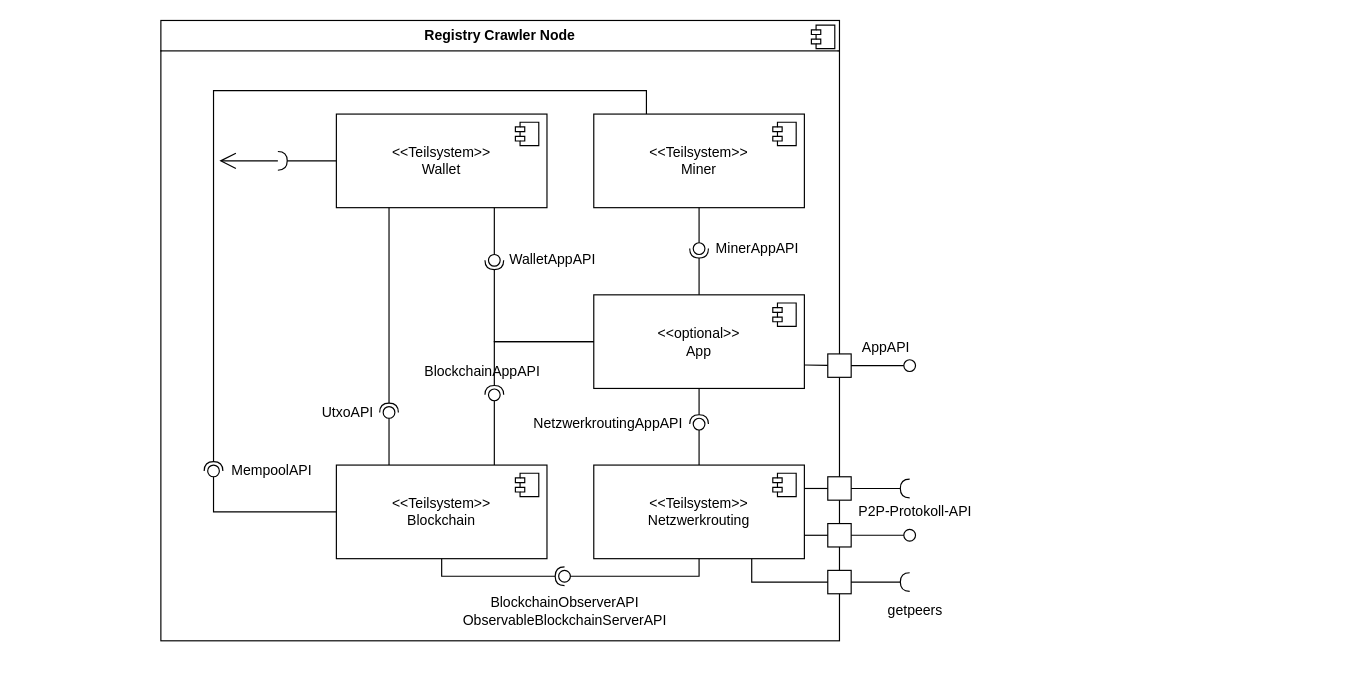
This is docs/arc42/arc42-MinerNetwork/images/Layer 2_2.drawio from bjoern621/VSP-Blockchain, a draw.io file, before an edit. Source tidied: cells renumbered, new cells numbered last; positions are measured from the earlier drawing's top-left corner, leaving out a move shared by most shapes. Both pictures are drawn from the tidied source at 117%, with x=0, y=0 at pixel (20, 20).
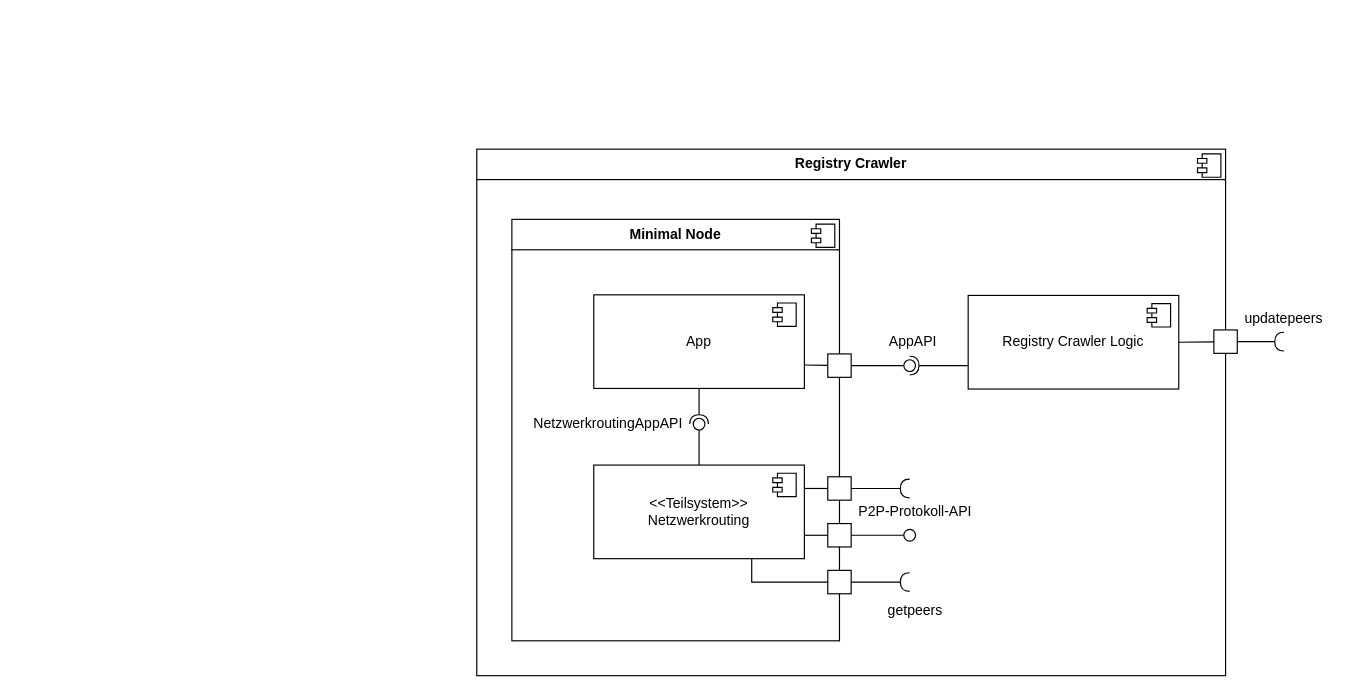
The same page after the edit.

Unchanged cells that the change refers to:
```xml
<mxCell id="6" value="&lt;div&gt;&amp;lt;&amp;lt;Teilsystem&amp;gt;&amp;gt;&lt;/div&gt;Netzwerkrouting" style="html=1;whiteSpace=wrap;" parent="1" vertex="1">
  <mxGeometry x="490" y="380" width="180" height="80" as="geometry" />
</mxCell>
```

What changed in the source:
```diff
@@
+    <mxCell id="62" value="&lt;p style=&quot;margin:0px;margin-top:6px;text-align:center;&quot;&gt;&lt;b&gt;Registry Crawler&lt;/b&gt;&lt;/p&gt;&lt;hr size=&quot;1&quot; style=&quot;border-style:solid;&quot;&gt;&lt;p style=&quot;margin:0px;margin-left:8px;&quot;&gt;&lt;br&gt;&lt;/p&gt;" style="align=left;overflow=fill;html=1;whiteSpace=wrap;" parent="1" vertex="1">
+      <mxGeometry x="390" y="110" width="640" height="450" as="geometry" />
+    </mxCell>
+    <mxCell id="63" style="shape=component;jettyWidth=8;jettyHeight=4;" parent="62" vertex="1">
+      <mxGeometry x="1" width="20" height="20" relative="1" as="geometry">
+        <mxPoint x="-24" y="4" as="offset" />
+      </mxGeometry>
+    </mxCell>
-    <mxCell id="2" value="&lt;p style=&quot;margin:0px;margin-top:6px;text-align:center;&quot;&gt;&lt;b&gt;Registry Crawler Node&lt;/b&gt;&lt;/p&gt;&lt;hr size=&quot;1&quot; style=&quot;border-style:solid;&quot;&gt;&lt;p style=&quot;margin:0px;margin-left:8px;&quot;&gt;&lt;br&gt;&lt;/p&gt;" style="align=left;overflow=fill;html=1;whiteSpace=wrap;" parent="1" vertex="1">
-      <mxGeometry x="120" width="580" height="530.2" as="geometry" />
+    <mxCell id="2" value="&lt;p style=&quot;margin:0px;margin-top:6px;text-align:center;&quot;&gt;&lt;b&gt;Minimal Node&lt;/b&gt;&lt;/p&gt;&lt;hr size=&quot;1&quot; style=&quot;border-style:solid;&quot;&gt;&lt;p style=&quot;margin:0px;margin-left:8px;&quot;&gt;&lt;br&gt;&lt;/p&gt;" style="align=left;overflow=fill;html=1;whiteSpace=wrap;" parent="1" vertex="1">
+      <mxGeometry x="420" y="170" width="280" height="360.2" as="geometry" />
     </mxCell>
@@
-    <mxCell id="4" value="&lt;div&gt;&amp;lt;&amp;lt;Teilsystem&amp;gt;&amp;gt;&lt;/div&gt;Miner" style="html=1;whiteSpace=wrap;" parent="1" vertex="1">
-      <mxGeometry x="490" y="80" width="180" height="80" as="geometry" />
-    </mxCell>
-    <mxCell id="5" style="shape=module;jettyWidth=8;jettyHeight=4;" parent="4" vertex="1">
-      <mxGeometry x="1" width="20" height="20" relative="1" as="geometry">
-        <mxPoint x="-27" y="7" as="offset" />
-      </mxGeometry>
-    </mxCell>
@@
-    <mxCell id="8" value="&lt;div&gt;&amp;lt;&amp;lt;Teilsystem&amp;gt;&amp;gt;&lt;/div&gt;Blockchain" style="html=1;whiteSpace=wrap;" parent="1" vertex="1">
-      <mxGeometry x="270" y="380" width="180" height="80" as="geometry" />
-    </mxCell>
-    <mxCell id="9" style="shape=module;jettyWidth=8;jettyHeight=4;" parent="8" vertex="1">
-      <mxGeometry x="1" width="20" height="20" relative="1" as="geometry">
-        <mxPoint x="-27" y="7" as="offset" />
-      </mxGeometry>
-    </mxCell>
-    <mxCell id="10" value="&lt;div&gt;&amp;lt;&amp;lt;Teilsystem&amp;gt;&amp;gt;&lt;/div&gt;Wallet" style="html=1;whiteSpace=wrap;" parent="1" vertex="1">
-      <mxGeometry x="270" y="80" width="180" height="80" as="geometry" />
-    </mxCell>
-    <mxCell id="11" style="shape=module;jettyWidth=8;jettyHeight=4;" parent="10" vertex="1">
-      <mxGeometry x="1" width="20" height="20" relative="1" as="geometry">
-        <mxPoint x="-27" y="7" as="offset" />
-      </mxGeometry>
-    </mxCell>
@@
-    <mxCell id="16" style="ellipse;whiteSpace=wrap;html=1;align=center;fillColor=none;strokeColor=none;perimeter=centerPerimeter;" parent="1" vertex="1">
-      <mxGeometry y="255" width="10" height="10" as="geometry" />
-    </mxCell>
@@
-    <mxCell id="18" style="ellipse;whiteSpace=wrap;html=1;align=center;fillColor=none;strokeColor=none;perimeter=centerPerimeter;" parent="1" vertex="1">
-      <mxGeometry y="305" width="10" height="10" as="geometry" />
-    </mxCell>
@@
-    <mxCell id="21" value="&lt;div&gt;&amp;lt;&amp;lt;optional&amp;gt;&amp;gt;&lt;/div&gt;&lt;div&gt;App&lt;/div&gt;" style="html=1;whiteSpace=wrap;" parent="1" vertex="1">
+    <mxCell id="21" value="&lt;div&gt;&lt;span style=&quot;background-color: transparent; color: light-dark(rgb(0, 0, 0), rgb(255, 255, 255));&quot;&gt;App&lt;/span&gt;&lt;/div&gt;" style="html=1;whiteSpace=wrap;" parent="1" vertex="1">
       <mxGeometry x="490" y="234.5" width="180" height="80" as="geometry" />
     </mxCell>
@@
-    <mxCell id="26" style="rounded=0;jettySize=auto;html=1;endArrow=halfCircle;endFill=0;endSize=6;strokeWidth=1;sketch=0;exitX=0.5;exitY=0;exitDx=0;exitDy=0;" parent="1" edge="1" source="21" target="28">
-      <mxGeometry relative="1" as="geometry" />
-    </mxCell>
-    <mxCell id="27" style="rounded=0;jettySize=auto;html=1;endArrow=oval;endFill=0;sketch=0;sourcePerimeterSpacing=0;targetPerimeterSpacing=0;endSize=10;exitX=0.5;exitY=1;exitDx=0;exitDy=0;" parent="1" edge="1" source="4" target="28">
-      <mxGeometry relative="1" as="geometry" />
-    </mxCell>
-    <mxCell id="28" style="ellipse;whiteSpace=wrap;html=1;align=center;fillColor=none;strokeColor=none;perimeter=centerPerimeter;points=[];outlineConnect=1;" parent="1" vertex="1">
-      <mxGeometry x="575" y="190" width="10" height="10" as="geometry" />
-    </mxCell>
-    <mxCell id="29" value="UtxoAPI" style="text;html=1;whiteSpace=wrap;strokeColor=none;fillColor=none;align=center;verticalAlign=middle;rounded=0;" parent="1" vertex="1">
-      <mxGeometry x="250" y="320" width="60" height="30" as="geometry" />
-    </mxCell>
-    <mxCell id="30" style="rounded=0;jettySize=auto;html=1;endArrow=halfCircle;endFill=0;endSize=6;strokeWidth=1;sketch=0;exitX=0.25;exitY=1;exitDx=0;exitDy=0;" parent="1" edge="1" source="10" target="32">
-      <mxGeometry relative="1" as="geometry" />
-    </mxCell>
-    <mxCell id="31" style="rounded=0;jettySize=auto;html=1;endArrow=oval;endFill=0;sketch=0;sourcePerimeterSpacing=0;targetPerimeterSpacing=0;endSize=10;exitX=0.25;exitY=0;exitDx=0;exitDy=0;" parent="1" edge="1" source="8" target="32">
-      <mxGeometry relative="1" as="geometry" />
-    </mxCell>
-    <mxCell id="32" style="ellipse;whiteSpace=wrap;html=1;align=center;fillColor=none;strokeColor=none;perimeter=centerPerimeter;points=[];outlineConnect=1;" parent="1" vertex="1">
-      <mxGeometry x="310" y="330" width="10" height="10" as="geometry" />
-    </mxCell>
-    <mxCell id="33" value="&lt;div&gt;MempoolAPI&lt;/div&gt;" style="text;html=1;whiteSpace=wrap;strokeColor=none;fillColor=none;align=center;verticalAlign=middle;rounded=0;" parent="1" vertex="1">
-      <mxGeometry x="170" y="370" width="90" height="30" as="geometry" />
-    </mxCell>
-    <mxCell id="34" style="rounded=0;jettySize=auto;html=1;endArrow=halfCircle;endFill=0;endSize=6;strokeWidth=1;sketch=0;edgeStyle=orthogonalEdgeStyle;exitX=0.25;exitY=0;exitDx=0;exitDy=0;" parent="1" edge="1" source="4" target="36">
-      <mxGeometry relative="1" as="geometry">
-        <Array as="points">
-          <mxPoint x="535" y="60" />
-          <mxPoint x="165" y="60" />
-        </Array>
-      </mxGeometry>
-    </mxCell>
-    <mxCell id="35" style="rounded=0;jettySize=auto;html=1;endArrow=oval;endFill=0;sketch=0;sourcePerimeterSpacing=0;targetPerimeterSpacing=0;endSize=10;exitX=0;exitY=0.5;exitDx=0;exitDy=0;edgeStyle=orthogonalEdgeStyle;" parent="1" edge="1" source="8" target="36">
-      <mxGeometry relative="1" as="geometry">
-        <Array as="points">
-          <mxPoint x="165" y="420" />
-        </Array>
-      </mxGeometry>
-    </mxCell>
-    <mxCell id="36" style="ellipse;whiteSpace=wrap;html=1;align=center;fillColor=none;strokeColor=none;perimeter=centerPerimeter;points=[];outlineConnect=1;" parent="1" vertex="1">
-      <mxGeometry x="160" y="380" width="10" height="10" as="geometry" />
-    </mxCell>
-    <mxCell id="37" style="rounded=0;jettySize=auto;html=1;endArrow=halfCircle;endFill=0;endSize=6;strokeWidth=1;sketch=0;exitX=0.5;exitY=1;exitDx=0;exitDy=0;edgeStyle=orthogonalEdgeStyle;" parent="1" edge="1" source="8" target="39">
-      <mxGeometry relative="1" as="geometry">
-        <Array as="points">
-          <mxPoint x="360" y="475" />
-        </Array>
-      </mxGeometry>
-    </mxCell>
-    <mxCell id="38" style="rounded=0;jettySize=auto;html=1;endArrow=oval;endFill=0;sketch=0;sourcePerimeterSpacing=0;targetPerimeterSpacing=0;endSize=10;exitX=0.5;exitY=1;exitDx=0;exitDy=0;edgeStyle=orthogonalEdgeStyle;" parent="1" edge="1" source="6" target="39">
-      <mxGeometry relative="1" as="geometry">
-        <Array as="points">
-          <mxPoint x="580" y="475" />
-        </Array>
-      </mxGeometry>
-    </mxCell>
-    <mxCell id="39" style="ellipse;whiteSpace=wrap;html=1;align=center;fillColor=none;strokeColor=none;perimeter=centerPerimeter;points=[];outlineConnect=1;" parent="1" vertex="1">
-      <mxGeometry x="460" y="470" width="10" height="10" as="geometry" />
-    </mxCell>
-    <mxCell id="40" value="BlockchainObserverAPI&lt;div&gt;ObservableBlockchainServerAPI&lt;/div&gt;" style="text;html=1;whiteSpace=wrap;strokeColor=none;fillColor=none;align=center;verticalAlign=middle;rounded=0;" parent="1" vertex="1">
-      <mxGeometry x="367.5" y="490" width="195" height="30" as="geometry" />
-    </mxCell>
-    <mxCell id="41" style="rounded=0;jettySize=auto;html=1;endArrow=halfCircle;endFill=0;endSize=6;strokeWidth=1;sketch=0;exitX=0;exitY=0.5;exitDx=0;exitDy=0;edgeStyle=orthogonalEdgeStyle;" parent="1" edge="1" source="21" target="43">
-      <mxGeometry relative="1" as="geometry" />
-    </mxCell>
-    <mxCell id="42" style="rounded=0;jettySize=auto;html=1;endArrow=oval;endFill=0;sketch=0;sourcePerimeterSpacing=0;targetPerimeterSpacing=0;endSize=10;exitX=0.75;exitY=1;exitDx=0;exitDy=0;" parent="1" edge="1" source="10" target="43">
-      <mxGeometry relative="1" as="geometry" />
-    </mxCell>
-    <mxCell id="43" style="ellipse;whiteSpace=wrap;html=1;align=center;fillColor=none;strokeColor=none;perimeter=centerPerimeter;points=[];outlineConnect=1;" parent="1" vertex="1">
-      <mxGeometry x="400" y="200" width="10" height="10" as="geometry" />
-    </mxCell>
-    <mxCell id="44" value="WalletAppAPI" style="text;html=1;whiteSpace=wrap;strokeColor=none;fillColor=none;align=center;verticalAlign=middle;rounded=0;" parent="1" vertex="1">
-      <mxGeometry x="410" y="190" width="90" height="30" as="geometry" />
-    </mxCell>
@@
-    <mxCell id="49" style="rounded=0;jettySize=auto;html=1;endArrow=halfCircle;endFill=0;endSize=6;strokeWidth=1;sketch=0;exitX=0;exitY=0.5;exitDx=0;exitDy=0;edgeStyle=orthogonalEdgeStyle;" parent="1" edge="1" source="21" target="51">
-      <mxGeometry relative="1" as="geometry">
-        <Array as="points">
-          <mxPoint x="405" y="274" />
-        </Array>
-      </mxGeometry>
-    </mxCell>
-    <mxCell id="50" style="rounded=0;jettySize=auto;html=1;endArrow=oval;endFill=0;sketch=0;sourcePerimeterSpacing=0;targetPerimeterSpacing=0;endSize=10;exitX=0.75;exitY=0;exitDx=0;exitDy=0;" parent="1" edge="1" source="8" target="51">
-      <mxGeometry relative="1" as="geometry" />
-    </mxCell>
-    <mxCell id="51" style="ellipse;whiteSpace=wrap;html=1;align=center;fillColor=none;strokeColor=none;perimeter=centerPerimeter;points=[];outlineConnect=1;" parent="1" vertex="1">
-      <mxGeometry x="400" y="315" width="10" height="10" as="geometry" />
-    </mxCell>
-    <mxCell id="52" value="BlockchainAppAPI" style="text;html=1;whiteSpace=wrap;strokeColor=none;fillColor=none;align=center;verticalAlign=middle;rounded=0;" parent="1" vertex="1">
-      <mxGeometry x="340" y="285" width="110" height="30" as="geometry" />
-    </mxCell>
-    <mxCell id="53" value="MinerAppAPI" style="text;html=1;whiteSpace=wrap;strokeColor=none;fillColor=none;align=center;verticalAlign=middle;rounded=0;" parent="1" vertex="1">
-      <mxGeometry x="585" y="180" width="90" height="30" as="geometry" />
-    </mxCell>
-    <mxCell id="54" style="rounded=0;jettySize=auto;html=1;endArrow=halfCircle;endFill=0;endSize=6;strokeWidth=1;sketch=0;fontSize=12;curved=1;exitX=0;exitY=0.5;exitDx=0;exitDy=0;" parent="1" edge="1" source="10">
-      <mxGeometry relative="1" as="geometry">
-        <mxPoint x="220" y="120" as="targetPoint" />
-      </mxGeometry>
-    </mxCell>
-    <mxCell id="55" style="ellipse;whiteSpace=wrap;html=1;align=center;fillColor=none;strokeColor=none;perimeter=centerPerimeter;" parent="1" vertex="1">
-      <mxGeometry x="210" y="245" width="10" height="10" as="geometry" />
-    </mxCell>
-    <mxCell id="56" style="endArrow=open;endFill=1;endSize=12;html=1;rounded=0;" parent="1" edge="1">
-      <mxGeometry relative="1" as="geometry">
-        <mxPoint x="220" y="120" as="sourcePoint" />
-        <mxPoint x="170" y="120" as="targetPoint" />
-      </mxGeometry>
-    </mxCell>
     <mxCell id="57" value="AppAPI" style="text;html=1;whiteSpace=wrap;strokeColor=none;fillColor=none;align=center;verticalAlign=middle;rounded=0;" parent="1" vertex="1">
-      <mxGeometry x="710" y="265" width="60" height="30" as="geometry" />
+      <mxGeometry x="733" y="259.5" width="60" height="30" as="geometry" />
     </mxCell>
@@
+    <mxCell id="64" value="&lt;div&gt;&lt;span style=&quot;background-color: transparent; color: light-dark(rgb(0, 0, 0), rgb(255, 255, 255));&quot;&gt;Registry Crawler Logic&lt;/span&gt;&lt;/div&gt;" style="html=1;whiteSpace=wrap;" parent="1" vertex="1">
+      <mxGeometry x="810" y="235" width="180" height="80" as="geometry" />
+    </mxCell>
+    <mxCell id="65" style="shape=module;jettyWidth=8;jettyHeight=4;" parent="64" vertex="1">
+      <mxGeometry x="1" width="20" height="20" relative="1" as="geometry">
+        <mxPoint x="-27" y="7" as="offset" />
+      </mxGeometry>
+    </mxCell>
+    <mxCell id="66" style="rounded=0;jettySize=auto;html=1;endArrow=halfCircle;endFill=0;endSize=6;strokeWidth=1;sketch=0;exitX=0;exitY=0.75;exitDx=0;exitDy=0;" parent="1" edge="1" source="64">
+      <mxGeometry relative="1" as="geometry">
+        <mxPoint x="760" y="295" as="targetPoint" />
+      </mxGeometry>
+    </mxCell>
+    <mxCell id="67" style="rounded=0;whiteSpace=wrap;html=1;" parent="1" vertex="1">
+      <mxGeometry x="1020" y="264.5" width="20" height="20" as="geometry" />
+    </mxCell>
+    <mxCell id="68" style="endArrow=none;html=1;rounded=0;exitX=1;exitY=0.5;exitDx=0;exitDy=0;" parent="1" edge="1" source="64" target="67">
+      <mxGeometry relative="1" as="geometry" />
+    </mxCell>
+    <mxCell id="69" value="updatepeers" style="text;html=1;whiteSpace=wrap;strokeColor=none;fillColor=none;align=center;verticalAlign=middle;rounded=0;" parent="1" vertex="1">
+      <mxGeometry x="1040" y="239.5" width="80" height="30" as="geometry" />
+    </mxCell>
+    <mxCell id="70" style="rounded=0;jettySize=auto;html=1;endArrow=halfCircle;endFill=0;endSize=6;strokeWidth=1;sketch=0;fontSize=12;curved=1;" parent="1" edge="1" source="67" target="71">
+      <mxGeometry relative="1" as="geometry" />
+    </mxCell>
+    <mxCell id="71" style="ellipse;whiteSpace=wrap;html=1;align=center;fillColor=none;strokeColor=none;perimeter=centerPerimeter;points=[];outlineConnect=1;" parent="1" vertex="1">
+      <mxGeometry x="1075" y="269.5" width="10" height="10" as="geometry" />
+    </mxCell>
```
